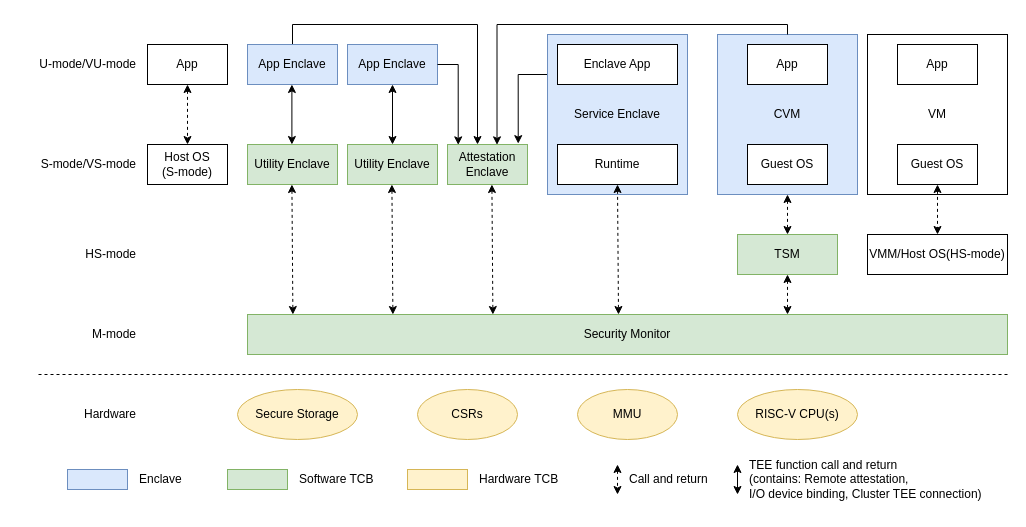
Earlier version of the draw.io diagram newarch.drawio (Zou1c/tmp). Source tidied: cells renumbered, new cells numbered last; positions are measured from the earlier drawing's top-left corner, leaving out a move shared by most shapes. Both pictures are drawn from the tidied source at 100%, with x=0, y=0 at pixel (17, 24).
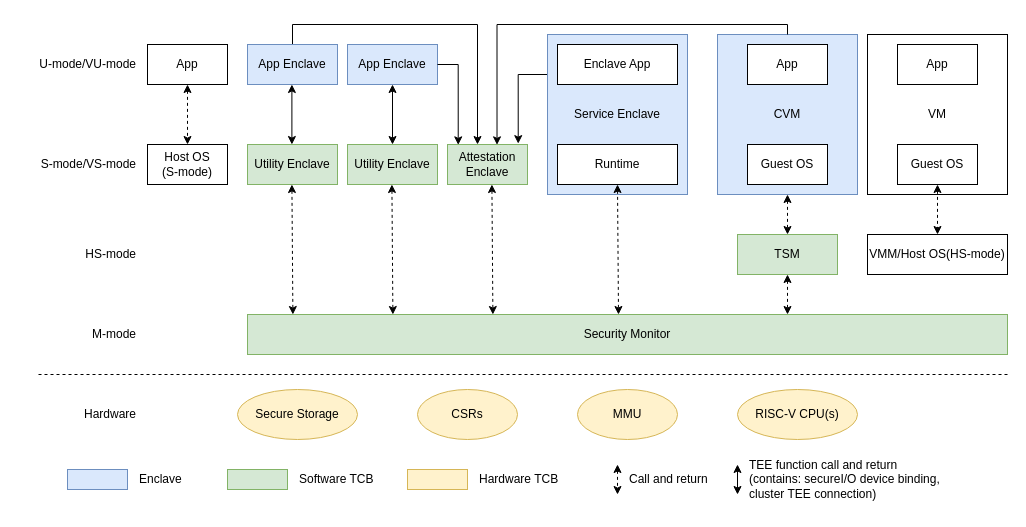
After the change.

Diff of the diagram source:
```diff
@@
-    <mxCell id="31" value="TEE function call and return&amp;nbsp;&lt;div&gt;(contains: Remote attestation,&amp;nbsp;&lt;/div&gt;&lt;div&gt;I/O device binding, Cluster TEE connection)&lt;/div&gt;" style="text;html=1;align=left;verticalAlign=middle;strokeColor=none;fillColor=none;" parent="1" vertex="1">
-      <mxGeometry x="730" y="425" width="260" height="60" as="geometry" />
+    <mxCell id="31" value="TEE function call and return&amp;nbsp;&lt;div&gt;(contains: secure&lt;span style=&quot;background-color: transparent; color: light-dark(rgb(0, 0, 0), rgb(255, 255, 255));&quot;&gt;I/O device binding,&amp;nbsp;&lt;/span&gt;&lt;/div&gt;&lt;div&gt;&lt;span style=&quot;background-color: transparent; color: light-dark(rgb(0, 0, 0), rgb(255, 255, 255));&quot;&gt;cluster TEE connection)&lt;/span&gt;&lt;/div&gt;" style="text;html=1;align=left;verticalAlign=middle;strokeColor=none;fillColor=none;" parent="1" vertex="1">
+      <mxGeometry x="730" y="425" width="220" height="60" as="geometry" />
     </mxCell>
```
